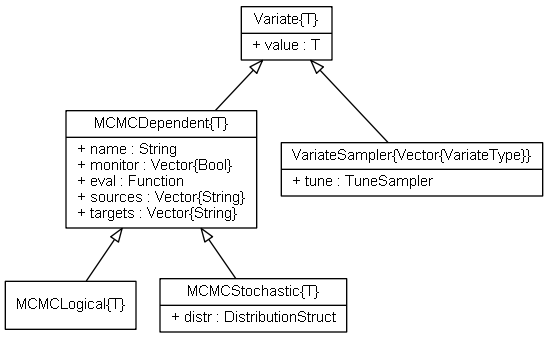
brian-j-smith/Mamba.jl keeps this Graphviz diagram as doc/images/variateUML.png. Above is the earlier version. Its source is kept beside it as doc/images/variateUML.dot. Source of this version:
```dot
digraph Variate {
	fontname = "Helvetica"
	fontsize = 11

	node [fontname = "Helvetica", fontsize = 11, shape = record]

	edge [fontname = "Helvetica", fontsize = 11, dir = back, arrowtail = empty]

	Variate [label = "{Variate\{T\}|+ value : T\l}"]

	MCMCDependent [label = "{MCMCDependent\{T\}|+ name : String\l+ monitor : Vector\{Bool\}\l+ eval : Function\l+ sources : Vector\{String\}\l+ targets : Vector\{String\}\l}"]

	MCMCLogical [label = "{MCMCLogical\{T\}}"]

	MCMCStochastic [label = "{MCMCStochastic\{T\}|+ distr : DistributionStruct\l}"]

	VariateSampler [label = "{VariateSampler\{Vector\{VariateType\}\}|+ tune : TuneSampler\l}"]

	Variate -> MCMCDependent
	MCMCDependent -> MCMCLogical
	MCMCDependent -> MCMCStochastic
	Variate -> VariateSampler

}
```
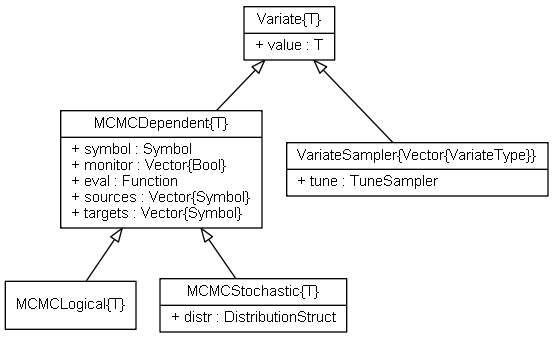
After the commit.

Change to the diagram source:
```diff
@@ -8,7 +8,7 @@
 
 	Variate [label = "{Variate\{T\}|+ value : T\l}"]
 
-	MCMCDependent [label = "{MCMCDependent\{T\}|+ name : String\l+ monitor : Vector\{Bool\}\l+ eval : Function\l+ sources : Vector\{String\}\l+ targets : Vector\{String\}\l}"]
+	MCMCDependent [label = "{MCMCDependent\{T\}|+ symbol : Symbol\l+ monitor : Vector\{Bool\}\l+ eval : Function\l+ sources : Vector\{Symbol\}\l+ targets : Vector\{Symbol\}\l}"]
 
 	MCMCLogical [label = "{MCMCLogical\{T\}}"]
 
```
